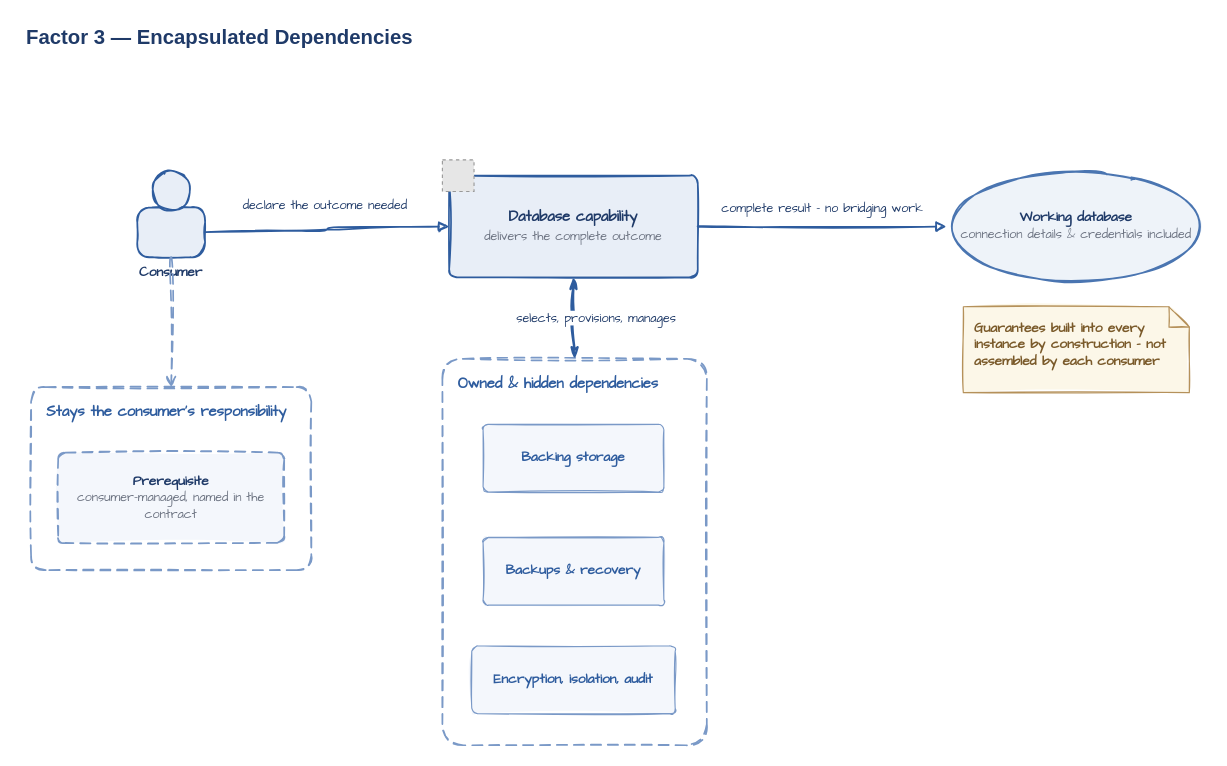
Above: diagrams/factor-3-encapsulated-dependencies.drawio in missBerg/platform-capabilities (draw.io), before the change. Source tidied: cells renumbered, new cells numbered last; positions are measured from the earlier drawing's top-left corner, leaving out a move shared by most shapes. Both pictures are drawn from the tidied source at 113%, with x=0, y=0 at pixel (19, 19). Pictures stored in the file or linked from it are replaced by grey dashed boxes.
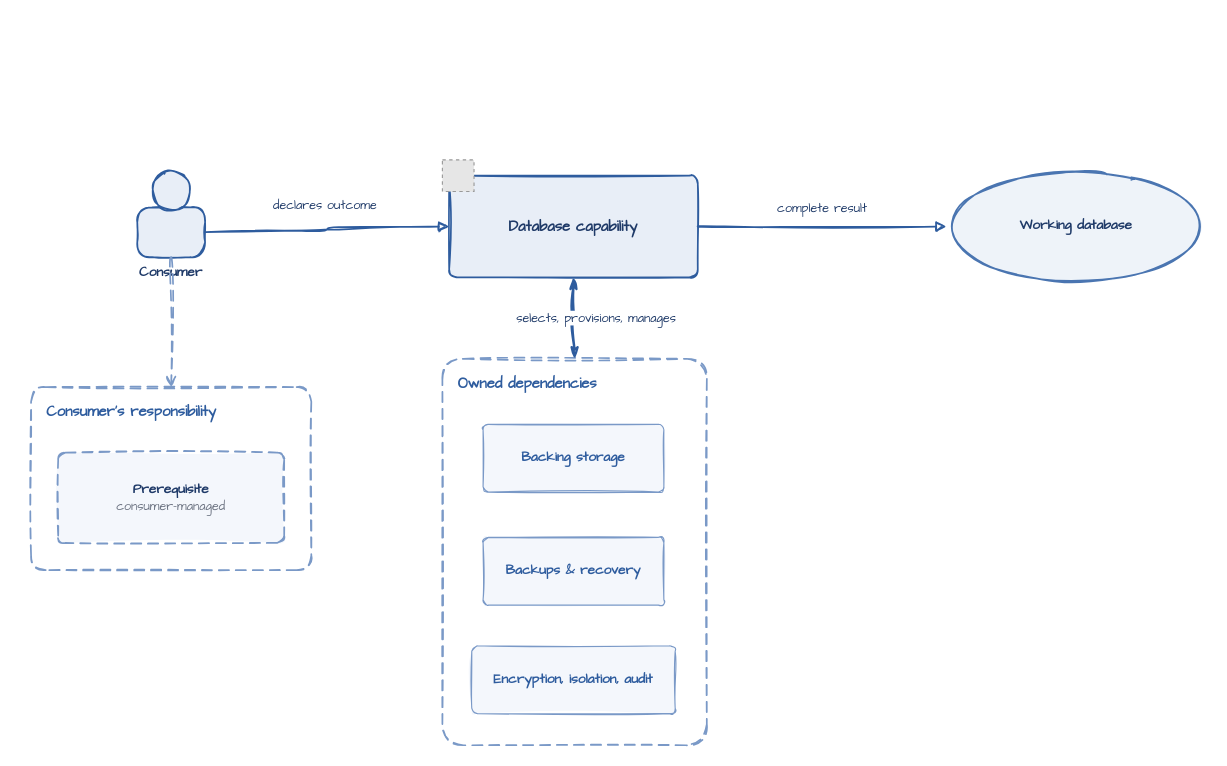
The same diagram, later.

Unchanged cells that the change refers to:
```xml
<mxCell id="5" value="&lt;b&gt;Consumer&lt;/b&gt;" style="rounded=1;whiteSpace=wrap;html=1;arcSize=30;fillColor=#E8EEF7;strokeColor=#2E5C9E;strokeWidth=1.5;fontColor=#1F3A68;fontFamily=Comic Sans MS;fontSize=12;verticalLabelPosition=bottom;verticalAlign=top;labelPosition=center;align=center;shadow=0;sketch=1;fillStyle=solid;" parent="1" vertex="1">
  <mxGeometry x="104" y="166" width="60" height="44" as="geometry" />
</mxCell>
```

The edit, as a diff of the source:
```diff
@@
-    <mxCell id="2" value="Factor 3 — Encapsulated Dependencies" style="text;html=1;align=left;verticalAlign=middle;whiteSpace=wrap;rounded=0;fontColor=#1F3A68;fontFamily=Helvetica;fontSize=18;fontStyle=1;spacingLeft=4;" parent="1" vertex="1">
-      <mxGeometry width="420" height="32" as="geometry" />
-    </mxCell>
-    <mxCell id="3" value="&lt;b&gt;Stays the consumer&amp;#x27;s responsibility&lt;/b&gt;" style="rounded=1;whiteSpace=wrap;html=1;arcSize=8;fillColor=none;strokeColor=#7A99C7;strokeWidth=1.5;fontColor=#2E5C9E;fontFamily=Comic Sans MS;fontSize=13;align=left;verticalAlign=top;dashed=1;dashPattern=6 4;spacingLeft=12;spacingTop=8;shadow=0;sketch=1;" parent="1" vertex="1">
+    <mxCell id="3" value="&lt;b&gt;Consumer&amp;#x27;s responsibility&lt;/b&gt;" style="rounded=1;whiteSpace=wrap;html=1;arcSize=8;fillColor=none;strokeColor=#7A99C7;strokeWidth=1.5;fontColor=#2E5C9E;fontFamily=Comic Sans MS;fontSize=13;align=left;verticalAlign=top;dashed=1;dashPattern=6 4;spacingLeft=12;spacingTop=8;shadow=0;sketch=1;" parent="1" vertex="1">
       <mxGeometry x="10" y="325" width="248" height="162" as="geometry" />
     </mxCell>
-    <mxCell id="4" value="&lt;b&gt;Owned &amp;amp; hidden dependencies&lt;/b&gt;" style="rounded=1;whiteSpace=wrap;html=1;arcSize=8;fillColor=none;strokeColor=#7A99C7;strokeWidth=1.5;fontColor=#2E5C9E;fontFamily=Comic Sans MS;fontSize=13;align=left;verticalAlign=top;dashed=1;dashPattern=6 4;spacingLeft=12;spacingTop=8;shadow=0;sketch=1;" parent="1" vertex="1">
+    <mxCell id="4" value="&lt;b&gt;Owned dependencies&lt;/b&gt;" style="rounded=1;whiteSpace=wrap;html=1;arcSize=8;fillColor=none;strokeColor=#7A99C7;strokeWidth=1.5;fontColor=#2E5C9E;fontFamily=Comic Sans MS;fontSize=13;align=left;verticalAlign=top;dashed=1;dashPattern=6 4;spacingLeft=12;spacingTop=8;shadow=0;sketch=1;" parent="1" vertex="1">
       <mxGeometry x="374" y="300" width="234" height="342" as="geometry" />
     </mxCell>
@@
-    <mxCell id="7" value="&lt;b&gt;Prerequisite&lt;/b&gt;&lt;br&gt;&lt;font style=&quot;font-size: 11px&quot; color=&quot;#6B7280&quot;&gt;consumer-managed, named in the contract&lt;/font&gt;" style="rounded=1;whiteSpace=wrap;html=1;arcSize=8;fillColor=#F4F7FC;strokeColor=#7A99C7;strokeWidth=1.5;dashed=1;dashPattern=6 4;fontColor=#1F3A68;fontFamily=Comic Sans MS;fontSize=12;align=center;verticalAlign=middle;shadow=0;sketch=1;fillStyle=solid;" parent="1" vertex="1">
+    <mxCell id="7" value="&lt;b&gt;Prerequisite&lt;/b&gt;&lt;br&gt;&lt;font style=&quot;font-size: 11px&quot; color=&quot;#6B7280&quot;&gt;consumer-managed&lt;/font&gt;" style="rounded=1;whiteSpace=wrap;html=1;arcSize=8;fillColor=#F4F7FC;strokeColor=#7A99C7;strokeWidth=1.5;dashed=1;dashPattern=6 4;fontColor=#1F3A68;fontFamily=Comic Sans MS;fontSize=12;align=center;verticalAlign=middle;shadow=0;sketch=1;fillStyle=solid;" parent="1" vertex="1">
       <mxGeometry x="34" y="383" width="200" height="80" as="geometry" />
     </mxCell>
-    <mxCell id="8" value="&lt;b&gt;Database capability&lt;/b&gt;&lt;br&gt;&lt;font style=&quot;font-size: 11px&quot; color=&quot;#6B7280&quot;&gt;delivers the complete outcome&lt;/font&gt;" style="rounded=1;whiteSpace=wrap;html=1;arcSize=8;fillColor=#E8EEF7;strokeColor=#2E5C9E;strokeWidth=1.5;fontColor=#1F3A68;fontFamily=Comic Sans MS;fontSize=13;align=center;verticalAlign=middle;shadow=0;sketch=1;fillStyle=solid;" parent="1" vertex="1">
+    <mxCell id="8" value="&lt;b&gt;Database capability&lt;/b&gt;" style="rounded=1;whiteSpace=wrap;html=1;arcSize=8;fillColor=#E8EEF7;strokeColor=#2E5C9E;strokeWidth=1.5;fontColor=#1F3A68;fontFamily=Comic Sans MS;fontSize=13;align=center;verticalAlign=middle;shadow=0;sketch=1;fillStyle=solid;" parent="1" vertex="1">
       <mxGeometry x="380" y="138" width="220" height="90" as="geometry" />
     </mxCell>
@@
-    <mxCell id="13" value="&lt;b&gt;Working database&lt;/b&gt;&lt;br&gt;&lt;font style=&quot;font-size: 11px&quot; color=&quot;#6B7280&quot;&gt;connection details &amp;amp; credentials included&lt;/font&gt;" style="ellipse;whiteSpace=wrap;html=1;fillColor=#EEF3F9;strokeColor=#4A75B1;strokeWidth=1.5;fontColor=#1F3A68;fontFamily=Comic Sans MS;fontSize=12;align=center;verticalAlign=middle;shadow=0;sketch=1;fillStyle=solid;" parent="1" vertex="1">
+    <mxCell id="13" value="&lt;b&gt;Working database&lt;/b&gt;" style="ellipse;whiteSpace=wrap;html=1;fillColor=#EEF3F9;strokeColor=#4A75B1;strokeWidth=1.5;fontColor=#1F3A68;fontFamily=Comic Sans MS;fontSize=12;align=center;verticalAlign=middle;shadow=0;sketch=1;fillStyle=solid;" parent="1" vertex="1">
       <mxGeometry x="820" y="133" width="230" height="100" as="geometry" />
     </mxCell>
-    <mxCell id="14" value="&lt;b&gt;Guarantees built into every instance by construction - not assembled by each consumer&lt;/b&gt;" style="shape=note;whiteSpace=wrap;html=1;backgroundOutline=1;fillColor=#FCF7E8;strokeColor=#B5915A;strokeWidth=1;fontColor=#7A5A2A;fontFamily=Comic Sans MS;fontSize=12;align=left;verticalAlign=top;spacingLeft=8;spacingTop=6;spacingRight=8;shadow=0;size=18;sketch=1;fillStyle=solid;" parent="1" vertex="1">
-      <mxGeometry x="835" y="254" width="200" height="76" as="geometry" />
-    </mxCell>
-    <mxCell id="15" value="declare the outcome needed" style="edgeStyle=orthogonalEdgeStyle;endArrow=block;html=1;rounded=0;strokeColor=#2E5C9E;strokeWidth=1.5;fontColor=#1F3A68;fontFamily=Comic Sans MS;fontSize=11;endFill=1;sketch=1;sketch=1;curveFitting=1;jiggle=2;curved=1;" parent="1" edge="1" source="5" target="8">
+    <mxCell id="15" value="declares outcome" style="edgeStyle=orthogonalEdgeStyle;endArrow=block;html=1;rounded=0;strokeColor=#2E5C9E;strokeWidth=1.5;fontColor=#1F3A68;fontFamily=Comic Sans MS;fontSize=11;endFill=1;sketch=1;sketch=1;curveFitting=1;jiggle=2;curved=1;" parent="1" edge="1" source="5" target="8">
       <mxGeometry x="0.02" y="19" relative="1" as="geometry">
         <mxPoint x="-2" as="offset" />
       </mxGeometry>
     </mxCell>
@@
-    <mxCell id="18" value="complete result - no bridging work" style="edgeStyle=orthogonalEdgeStyle;endArrow=block;html=1;rounded=0;strokeColor=#2E5C9E;strokeWidth=1.5;fontColor=#1F3A68;fontFamily=Comic Sans MS;fontSize=11;endFill=1;sketch=1;sketch=1;curveFitting=1;jiggle=2;curved=1;" parent="1" edge="1" source="8" target="13">
+    <mxCell id="18" value="complete result" style="edgeStyle=orthogonalEdgeStyle;endArrow=block;html=1;rounded=0;strokeColor=#2E5C9E;strokeWidth=1.5;fontColor=#1F3A68;fontFamily=Comic Sans MS;fontSize=11;endFill=1;sketch=1;sketch=1;curveFitting=1;jiggle=2;curved=1;" parent="1" edge="1" source="8" target="13">
       <mxGeometry relative="1" as="geometry">
         <mxPoint y="-16" as="offset" />
       </mxGeometry>
     </mxCell>
```
